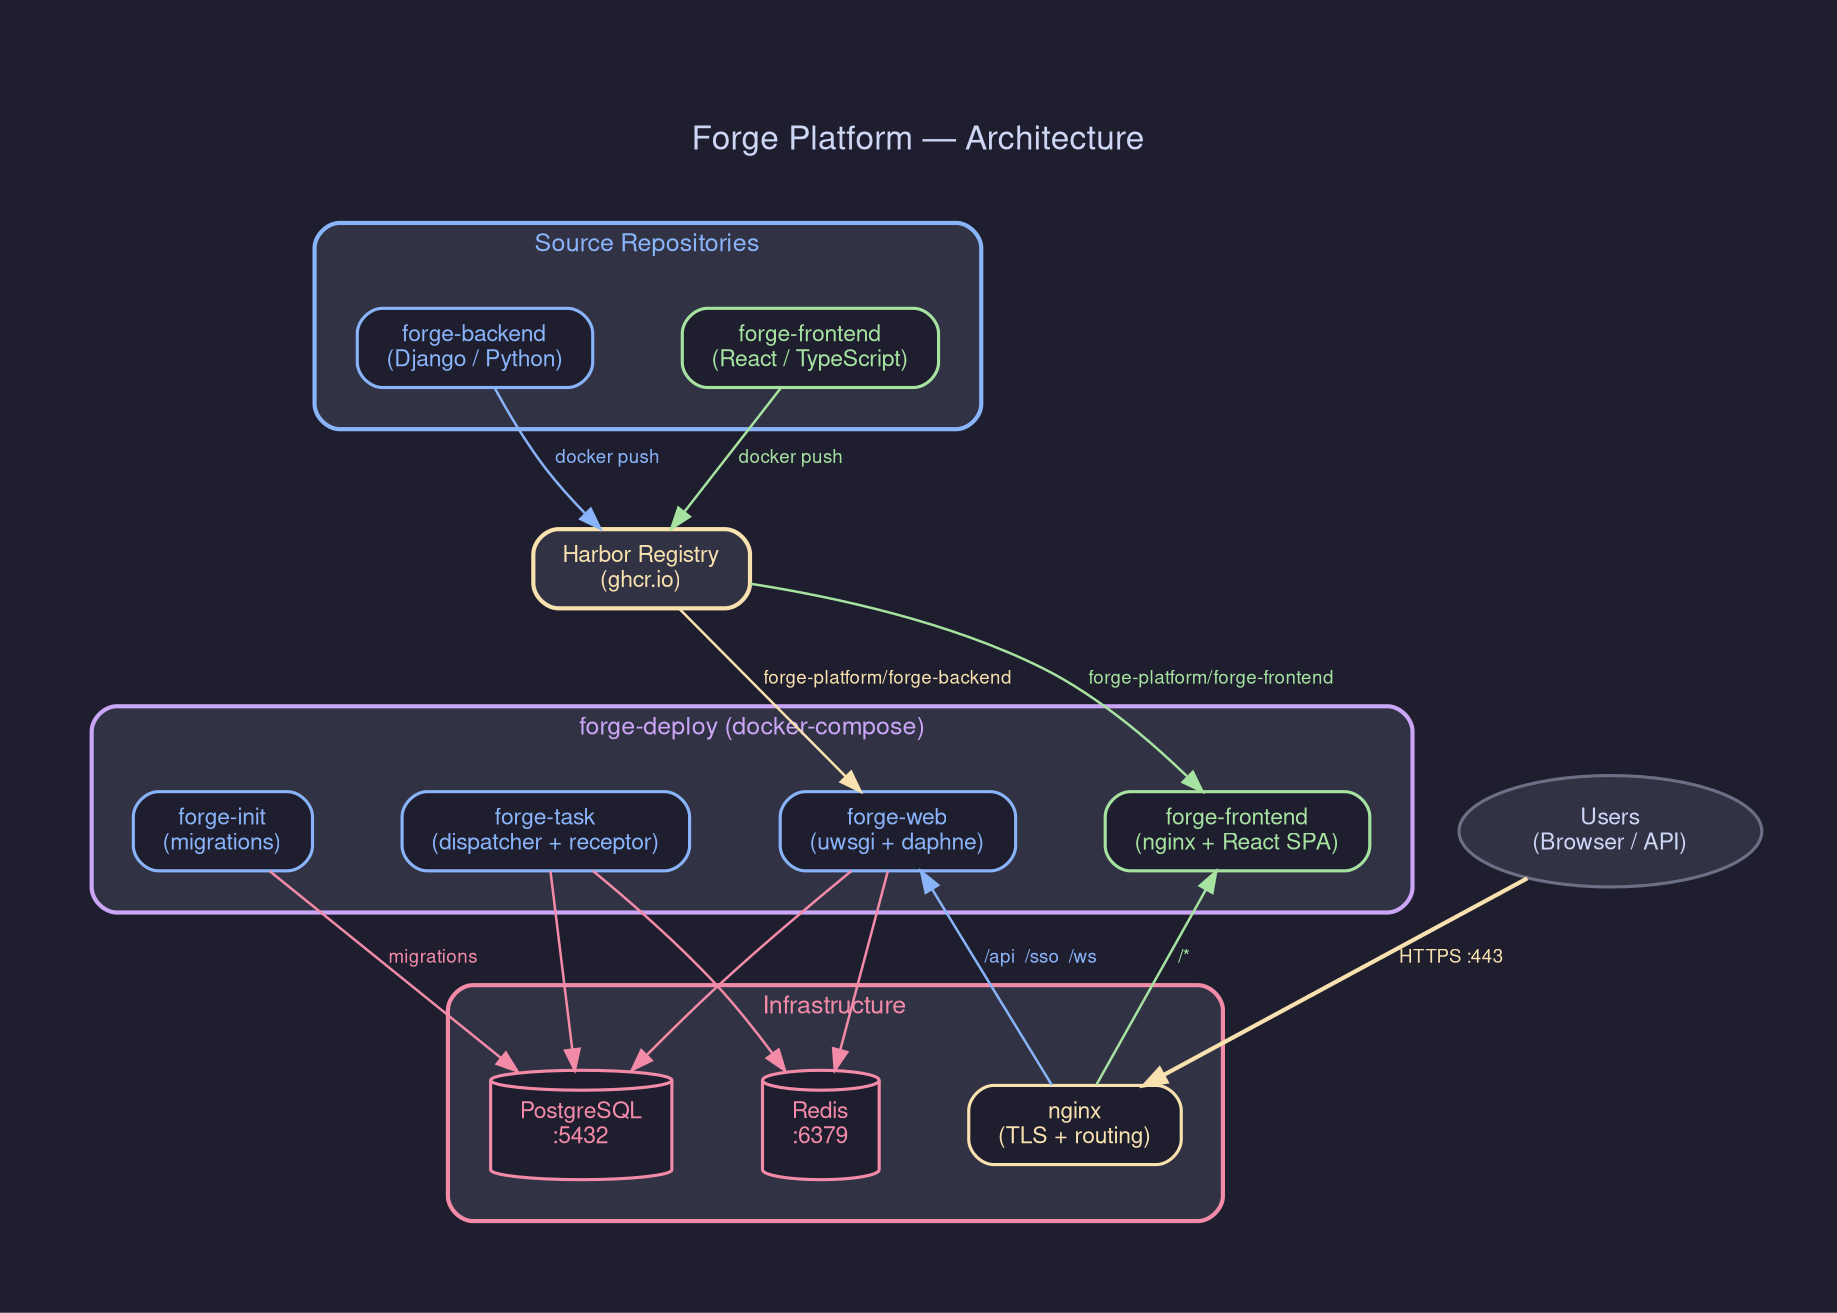
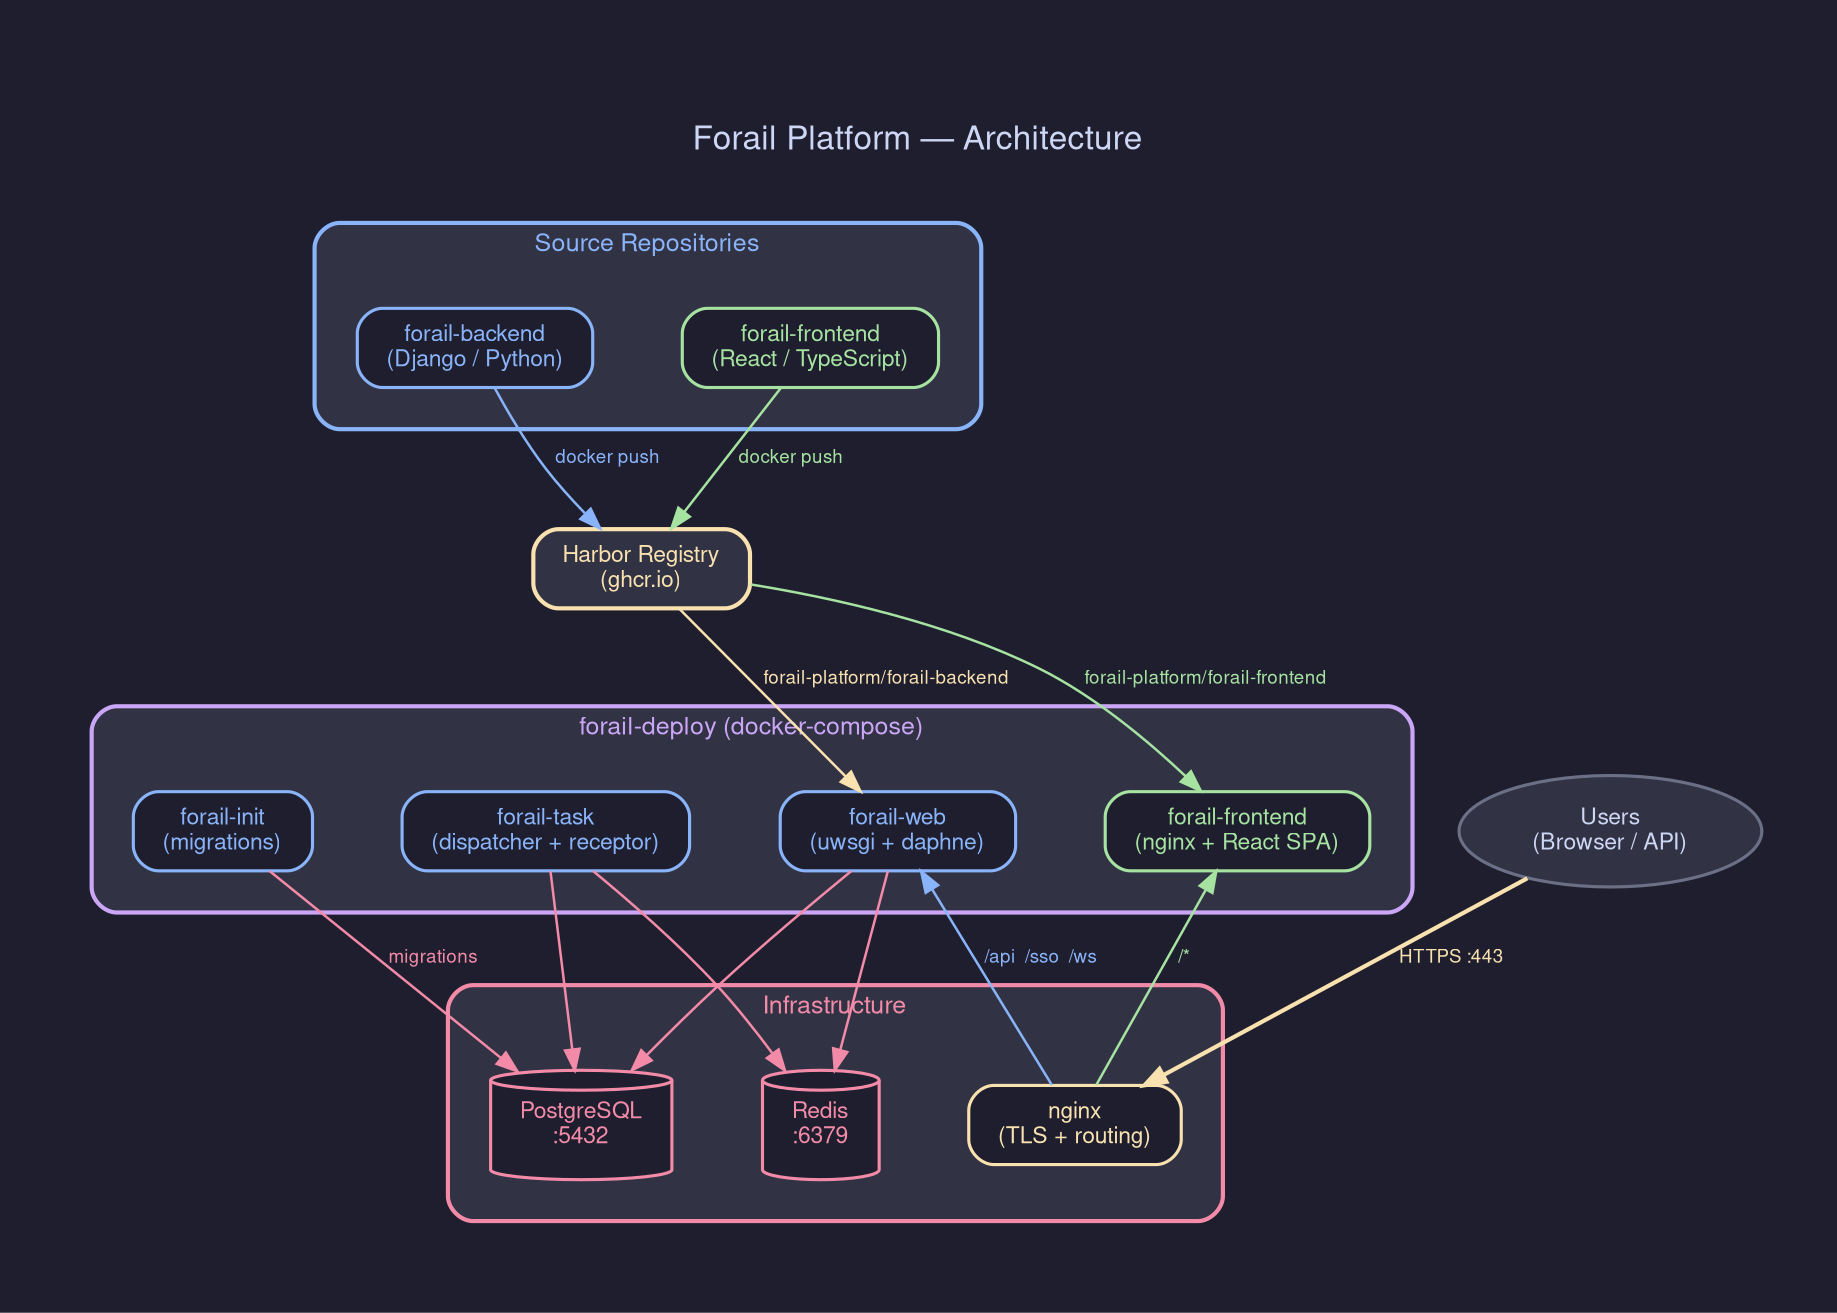
- digraph ForgeArchitecture {
+ digraph ForailArchitecture {
    rankdir=TB;
    bgcolor="#1e1e2e";
    fontname="Helvetica Neue,Helvetica,Arial,sans-serif";
    node [fontname="Helvetica Neue,Helvetica,Arial,sans-serif", fontsize=11, style="filled",
          shape="box", penwidth=1.5, margin="0.2,0.1", fontcolor="#cdd6f4"];
    edge [fontname="Helvetica Neue,Helvetica,Arial,sans-serif", fontsize=9, penwidth=1.2,
          color="#6c7086", fontcolor="#a6adc8"];
    graph [fontname="Helvetica Neue,Helvetica,Arial,sans-serif", fontsize=12, fontcolor="#cdd6f4"];
    compound=true;
    newrank=true;
    splines=true;
    nodesep=0.6;
    ranksep=0.8;
    pad=0.5;

    // ── Source Repositories ──
    subgraph cluster_source {
        label="  Source Repositories  ";
        labeljust="c";
        style="filled,rounded,bold";
        fillcolor="#313244";
        color="#89b4fa";
        fontcolor="#89b4fa";
        penwidth=2;
        margin=20;

-         backend [label="forge-backend\n(Django / Python)",
+         backend [label="forail-backend\n(Django / Python)",
                 fillcolor="#1e1e2e", color="#89b4fa", fontcolor="#89b4fa",
                 shape="box", style="filled,rounded"];
-         frontend [label="forge-frontend\n(React / TypeScript)",
+         frontend [label="forail-frontend\n(React / TypeScript)",
                  fillcolor="#1e1e2e", color="#a6e3a1", fontcolor="#a6e3a1",
                  shape="box", style="filled,rounded"];
    }

    // ── Docker Registry ──
    registry [label="Harbor Registry\n(ghcr.io)",
              fillcolor="#313244", color="#f9e2af", fontcolor="#f9e2af",
              shape="box", style="filled,rounded", penwidth=2];

    // ── Deployment ──
    subgraph cluster_deploy {
-         label="  forge-deploy (docker-compose)  ";
+         label="  forail-deploy (docker-compose)  ";
        labeljust="c";
        style="filled,rounded,bold";
        fillcolor="#313244";
        color="#cba6f7";
        fontcolor="#cba6f7";
        penwidth=2;
        margin=20;

-         web [label="forge-web\n(uwsgi + daphne)",
+         web [label="forail-web\n(uwsgi + daphne)",
             fillcolor="#1e1e2e", color="#89b4fa", fontcolor="#89b4fa",
             shape="box", style="filled,rounded"];
-         task [label="forge-task\n(dispatcher + receptor)",
+         task [label="forail-task\n(dispatcher + receptor)",
              fillcolor="#1e1e2e", color="#89b4fa", fontcolor="#89b4fa",
              shape="box", style="filled,rounded"];
-         fe [label="forge-frontend\n(nginx + React SPA)",
+         fe [label="forail-frontend\n(nginx + React SPA)",
            fillcolor="#1e1e2e", color="#a6e3a1", fontcolor="#a6e3a1",
            shape="box", style="filled,rounded"];
-         init [label="forge-init\n(migrations)",
+         init [label="forail-init\n(migrations)",
              fillcolor="#1e1e2e", color="#89b4fa", fontcolor="#89b4fa",
              shape="box", style="filled,rounded"];
    }

    // ── Infrastructure ──
    subgraph cluster_infra {
        label="  Infrastructure  ";
        labeljust="c";
        style="filled,rounded,bold";
        fillcolor="#313244";
        color="#f38ba8";
        fontcolor="#f38ba8";
        penwidth=2;
        margin=20;

        nginx [label="nginx\n(TLS + routing)",
               fillcolor="#1e1e2e", color="#f9e2af", fontcolor="#f9e2af",
               shape="box", style="filled,rounded"];
        postgres [label="PostgreSQL\n:5432",
                  fillcolor="#1e1e2e", color="#f38ba8", fontcolor="#f38ba8",
                  shape="cylinder"];
        redis [label="Redis\n:6379",
               fillcolor="#1e1e2e", color="#f38ba8", fontcolor="#f38ba8",
               shape="cylinder"];
    }

    // ── Users ──
    users [label="Users\n(Browser / API)",
           shape="ellipse", fillcolor="#313244", color="#6c7086",
           fontcolor="#cdd6f4", fontsize=11];

    // ── Connections ──

    // Build → Registry
    backend -> registry [label="  docker push  ", color="#89b4fa", fontcolor="#89b4fa"];
    frontend -> registry [label="  docker push  ", color="#a6e3a1", fontcolor="#a6e3a1"];

    // Registry → Deploy
-     registry -> web [label="  forge-platform/forge-backend  ", color="#f9e2af", fontcolor="#f9e2af"];
+     registry -> web [label="  forail-platform/forail-backend  ", color="#f9e2af", fontcolor="#f9e2af"];
    registry -> task [style="invis"];
-     registry -> fe [label="  forge-platform/forge-frontend  ", color="#a6e3a1", fontcolor="#a6e3a1"];
+     registry -> fe [label="  forail-platform/forail-frontend  ", color="#a6e3a1", fontcolor="#a6e3a1"];
    registry -> init [style="invis"];

    // Deploy → Infra
    web -> postgres [color="#f38ba8"];
    web -> redis [color="#f38ba8"];
    task -> postgres [color="#f38ba8"];
    task -> redis [color="#f38ba8"];
    init -> postgres [label="  migrations  ", color="#f38ba8", fontcolor="#f38ba8"];

    // Nginx routing
    nginx -> web [label="  /api  /sso  /ws  ", color="#89b4fa", fontcolor="#89b4fa"];
    nginx -> fe [label="  /*  ", color="#a6e3a1", fontcolor="#a6e3a1"];

    // Users → Nginx
    users -> nginx [label="  HTTPS :443  ", color="#f9e2af", fontcolor="#f9e2af", penwidth=2];

    // Layout hints
    {rank=same; backend; frontend}
    {rank=same; web; task; fe; init}
    {rank=same; nginx; postgres; redis}

    // Title
    labelloc="t";
-     label="\n  Forge Platform — Architecture  \n ";
+     label="\n  Forail Platform — Architecture  \n ";
    fontsize=16;
    fontcolor="#cdd6f4";
}
